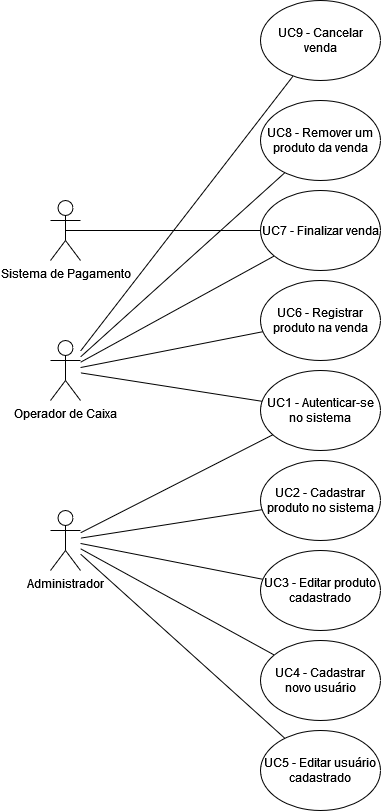
The draw.io diagram documentos/Casos de Uso/Diagrama de Casos de Uso.png in GabrielFVieira/PDV_Grupo5_Projeto_Software, before a commit. Source tidied: cells renumbered, new cells last; positions are measured from the earlier drawing's top-left corner, leaving out a move shared by most shapes.
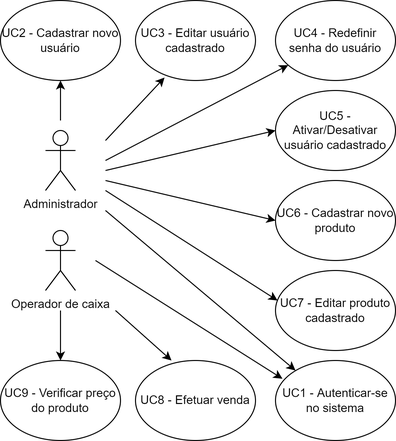
The same file after the commit.

Commit message:
Atualizados casos de uso

What changed in the source:
```diff
@@ -2,77 +2,89 @@
   <root>
     <mxCell id="0" />
     <mxCell id="1" parent="0" />
-    <mxCell id="2" style="rounded=0;jettySize=auto;html=1;endArrow=none;endFill=0;" parent="1" edge="1" source="7" target="17">
-      <mxGeometry relative="1" as="geometry" />
-    </mxCell>
-    <mxCell id="3" style="edgeStyle=none;rounded=0;jettySize=auto;html=1;endArrow=none;endFill=0;" parent="1" edge="1" source="7" target="22">
-      <mxGeometry relative="1" as="geometry" />
-    </mxCell>
-    <mxCell id="4" style="edgeStyle=none;rounded=0;jettySize=auto;html=1;endArrow=none;endFill=0;" parent="1" edge="1" source="7" target="23">
-      <mxGeometry relative="1" as="geometry" />
-    </mxCell>
-    <mxCell id="5" style="edgeStyle=none;rounded=0;jettySize=auto;html=1;endArrow=none;endFill=0;" parent="1" edge="1" source="7" target="24">
-      <mxGeometry relative="1" as="geometry" />
-    </mxCell>
-    <mxCell id="6" style="edgeStyle=none;rounded=0;jettySize=auto;html=1;endArrow=none;endFill=0;" parent="1" edge="1" source="7" target="25">
-      <mxGeometry relative="1" as="geometry" />
-    </mxCell>
-    <mxCell id="7" value="Operador de Caixa" style="shape=umlActor;verticalLabelPosition=bottom;verticalAlign=top;html=1;outlineConnect=0;" parent="1" vertex="1">
-      <mxGeometry y="340" width="30" height="60" as="geometry" />
-    </mxCell>
-    <mxCell id="8" style="rounded=0;jettySize=auto;html=1;endArrow=none;endFill=0;" parent="1" edge="1" source="13" target="18">
-      <mxGeometry relative="1" as="geometry" />
-    </mxCell>
-    <mxCell id="9" style="rounded=0;jettySize=auto;html=1;endArrow=none;endFill=0;" parent="1" edge="1" source="13" target="17">
-      <mxGeometry relative="1" as="geometry" />
-    </mxCell>
-    <mxCell id="10" style="edgeStyle=none;rounded=0;jettySize=auto;html=1;endArrow=none;endFill=0;" parent="1" edge="1" source="13" target="19">
-      <mxGeometry relative="1" as="geometry" />
-    </mxCell>
-    <mxCell id="11" style="edgeStyle=none;rounded=0;jettySize=auto;html=1;endArrow=none;endFill=0;" parent="1" edge="1" source="13" target="20">
-      <mxGeometry relative="1" as="geometry" />
-    </mxCell>
-    <mxCell id="12" style="edgeStyle=none;rounded=0;jettySize=auto;html=1;endArrow=none;endFill=0;" parent="1" edge="1" source="13" target="21">
-      <mxGeometry relative="1" as="geometry" />
-    </mxCell>
     <mxCell id="13" value="Administrador" style="shape=umlActor;verticalLabelPosition=bottom;verticalAlign=top;html=1;outlineConnect=0;" parent="1" vertex="1">
-      <mxGeometry y="510" width="30" height="60" as="geometry" />
+      <mxGeometry x="-139" y="-50" width="30" height="60" as="geometry" />
     </mxCell>
-    <mxCell id="14" style="edgeStyle=none;rounded=0;jettySize=auto;html=1;endArrow=none;endFill=0;" parent="1" edge="1" source="16" target="23">
-      <mxGeometry relative="1" as="geometry" />
-    </mxCell>
-    <mxCell id="15" style="edgeStyle=none;rounded=0;jettySize=auto;html=1;exitX=0.5;exitY=0.5;exitDx=0;exitDy=0;exitPerimeter=0;endArrow=none;endFill=0;" parent="1" edge="1" source="16" target="23">
-      <mxGeometry relative="1" as="geometry" />
-    </mxCell>
-    <mxCell id="16" value="Sistema de Pagamento" style="shape=umlActor;verticalLabelPosition=bottom;verticalAlign=top;html=1;outlineConnect=0;" parent="1" vertex="1">
-      <mxGeometry y="200" width="30" height="60" as="geometry" />
-    </mxCell>
+    <mxCell id="26" value="Operador de caixa" style="shape=umlActor;verticalLabelPosition=bottom;verticalAlign=top;html=1;" parent="1" vertex="1">
+      <mxGeometry x="-139" y="50" width="30" height="60" as="geometry" />
+    </mxCell>
+    <mxCell id="27" value="UC4 - Redefinir senha do usuário" style="ellipse;whiteSpace=wrap;html=1;" parent="1" vertex="1">
+      <mxGeometry x="91" y="-180" width="120" height="80" as="geometry" />
+    </mxCell>
+    <mxCell id="28" value="UC5 - Ativar/Desativar usuário cadastrado" style="ellipse;whiteSpace=wrap;html=1;" parent="1" vertex="1">
+      <mxGeometry x="91" y="-90" width="120" height="80" as="geometry" />
+    </mxCell>
+    <mxCell id="29" value="UC6 - Cadastrar novo produto" style="ellipse;whiteSpace=wrap;html=1;" parent="1" vertex="1">
+      <mxGeometry x="91" width="120" height="80" as="geometry" />
+    </mxCell>
+    <mxCell id="30" value="UC7 - Editar produto cadastrado" style="ellipse;whiteSpace=wrap;html=1;" parent="1" vertex="1">
+      <mxGeometry x="91" y="90" width="120" height="80" as="geometry" />
+    </mxCell>
     <mxCell id="17" value="UC1 - Autenticar-se no sistema" style="ellipse;whiteSpace=wrap;html=1;" parent="1" vertex="1">
-      <mxGeometry x="210" y="370" width="120" height="80" as="geometry" />
+      <mxGeometry x="91" y="180" width="120" height="80" as="geometry" />
     </mxCell>
-    <mxCell id="18" value="UC2 - Cadastrar produto no sistema" style="ellipse;whiteSpace=wrap;html=1;" parent="1" vertex="1">
-      <mxGeometry x="210" y="460" width="120" height="80" as="geometry" />
-    </mxCell>
-    <mxCell id="19" value="UC3 - Editar produto cadastrado" style="ellipse;whiteSpace=wrap;html=1;" parent="1" vertex="1">
-      <mxGeometry x="210" y="550" width="120" height="80" as="geometry" />
-    </mxCell>
-    <mxCell id="20" value="UC4 - Cadastrar novo usuário" style="ellipse;whiteSpace=wrap;html=1;" parent="1" vertex="1">
-      <mxGeometry x="210" y="640" width="120" height="80" as="geometry" />
-    </mxCell>
-    <mxCell id="21" value="UC5 - Editar usuário cadastrado" style="ellipse;whiteSpace=wrap;html=1;" parent="1" vertex="1">
-      <mxGeometry x="210" y="730" width="120" height="80" as="geometry" />
-    </mxCell>
-    <mxCell id="22" value="UC6 - Registrar produto na venda" style="ellipse;whiteSpace=wrap;html=1;" parent="1" vertex="1">
-      <mxGeometry x="210" y="280" width="120" height="80" as="geometry" />
-    </mxCell>
-    <mxCell id="23" value="UC7 - Finalizar venda" style="ellipse;whiteSpace=wrap;html=1;" parent="1" vertex="1">
-      <mxGeometry x="210" y="190" width="120" height="80" as="geometry" />
-    </mxCell>
-    <mxCell id="24" value="UC8 - Remover um produto da venda" style="ellipse;whiteSpace=wrap;html=1;" parent="1" vertex="1">
-      <mxGeometry x="210" y="100" width="120" height="80" as="geometry" />
-    </mxCell>
-    <mxCell id="25" value="UC9 - Cancelar venda" style="ellipse;whiteSpace=wrap;html=1;" parent="1" vertex="1">
-      <mxGeometry x="210" width="120" height="80" as="geometry" />
-    </mxCell>
+    <mxCell id="31" value="UC8 - Efetuar venda" style="ellipse;whiteSpace=wrap;html=1;" parent="1" vertex="1">
+      <mxGeometry x="-49" y="180" width="120" height="80" as="geometry" />
+    </mxCell>
+    <mxCell id="32" value="UC9 - Verificar preço do produto" style="ellipse;whiteSpace=wrap;html=1;" parent="1" vertex="1">
+      <mxGeometry x="-184" y="180" width="120" height="80" as="geometry" />
+    </mxCell>
+    <mxCell id="33" value="UC3 - Editar usuário cadastrado" style="ellipse;whiteSpace=wrap;html=1;" parent="1" vertex="1">
+      <mxGeometry x="-49" y="-180" width="120" height="80" as="geometry" />
+    </mxCell>
+    <mxCell id="34" value="UC2 - Cadastrar novo usuário" style="ellipse;whiteSpace=wrap;html=1;" parent="1" vertex="1">
+      <mxGeometry x="-184" y="-180" width="120" height="80" as="geometry" />
+    </mxCell>
+    <mxCell id="35" style="endArrow=classic;html=1;entryX=0.058;entryY=0.228;entryDx=0;entryDy=0;entryPerimeter=0;" parent="1" edge="1" target="17">
+      <mxGeometry relative="1" as="geometry">
+        <mxPoint x="-89" y="80" as="sourcePoint" />
+      </mxGeometry>
+    </mxCell>
+    <mxCell id="36" style="endArrow=classic;html=1;" parent="1" edge="1">
+      <mxGeometry relative="1" as="geometry">
+        <mxPoint x="-79" y="30" as="sourcePoint" />
+        <mxPoint x="111" y="190" as="targetPoint" />
+      </mxGeometry>
+    </mxCell>
+    <mxCell id="37" style="endArrow=classic;html=1;entryX=0.3;entryY=0;entryDx=0;entryDy=0;entryPerimeter=0;" parent="1" edge="1" target="31">
+      <mxGeometry relative="1" as="geometry">
+        <mxPoint x="-69" y="130" as="sourcePoint" />
+      </mxGeometry>
+    </mxCell>
+    <mxCell id="38" style="endArrow=classic;html=1;entryX=0.5;entryY=0;entryDx=0;entryDy=0;" parent="1" edge="1" target="32">
+      <mxGeometry relative="1" as="geometry">
+        <mxPoint x="-124" y="130" as="sourcePoint" />
+      </mxGeometry>
+    </mxCell>
+    <mxCell id="39" style="endArrow=classic;html=1;entryX=0.017;entryY=0.375;entryDx=0;entryDy=0;entryPerimeter=0;" parent="1" edge="1" target="30">
+      <mxGeometry relative="1" as="geometry">
+        <mxPoint x="-79" y="10" as="sourcePoint" />
+      </mxGeometry>
+    </mxCell>
+    <mxCell id="40" style="endArrow=classic;html=1;entryX=0;entryY=0.5;entryDx=0;entryDy=0;" parent="1" edge="1" target="29">
+      <mxGeometry relative="1" as="geometry">
+        <mxPoint x="-79" as="sourcePoint" />
+      </mxGeometry>
+    </mxCell>
+    <mxCell id="41" style="endArrow=classic;html=1;entryX=0;entryY=0.5;entryDx=0;entryDy=0;" parent="1" edge="1" target="28">
+      <mxGeometry relative="1" as="geometry">
+        <mxPoint x="-79" y="-10" as="sourcePoint" />
+      </mxGeometry>
+    </mxCell>
+    <mxCell id="42" style="endArrow=classic;html=1;" parent="1" edge="1" target="27">
+      <mxGeometry relative="1" as="geometry">
+        <mxPoint x="-79" y="-20" as="sourcePoint" />
+      </mxGeometry>
+    </mxCell>
+    <mxCell id="43" style="endArrow=classic;html=1;entryX=0.242;entryY=0.963;entryDx=0;entryDy=0;entryPerimeter=0;" parent="1" edge="1" target="33">
+      <mxGeometry relative="1" as="geometry">
+        <mxPoint x="-79" y="-40" as="sourcePoint" />
+      </mxGeometry>
+    </mxCell>
+    <mxCell id="44" style="endArrow=classic;html=1;entryX=0.5;entryY=1;entryDx=0;entryDy=0;" parent="1" edge="1" target="34">
+      <mxGeometry relative="1" as="geometry">
+        <mxPoint x="-124" y="-60" as="sourcePoint" />
+      </mxGeometry>
+    </mxCell>
   </root>
 </mxGraphModel>
```
